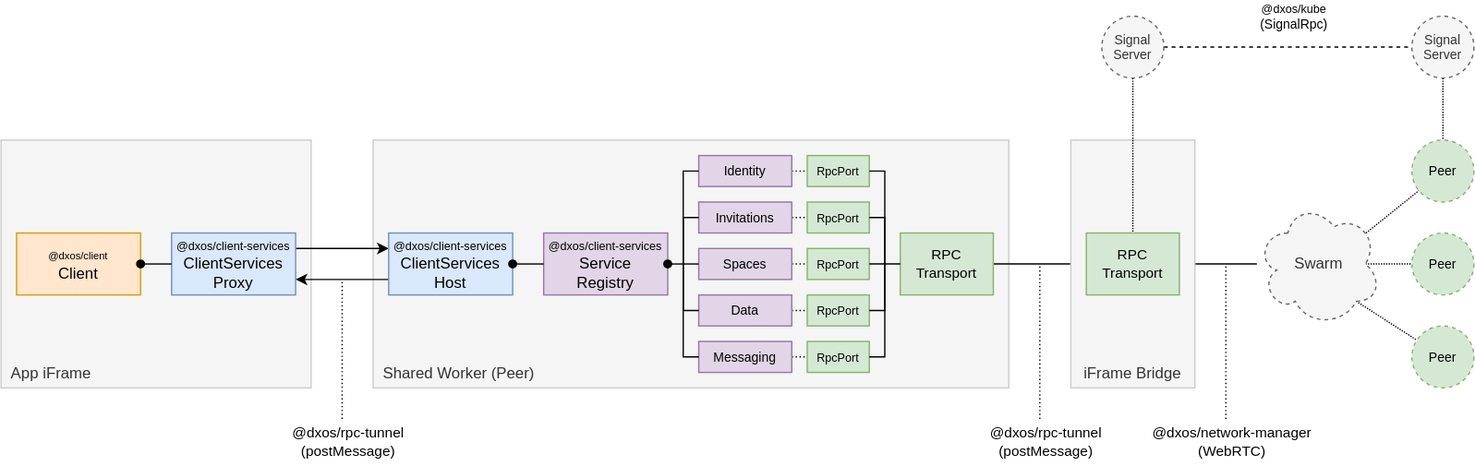
dxos/dxos keeps this draw.io diagram as docs/docs/design/diagrams/client-services.drawio.svg. Above is the earlier version. Source tidied: cells renumbered, new cells last; positions are measured from the earlier drawing's top-left corner, leaving out a move shared by most shapes.
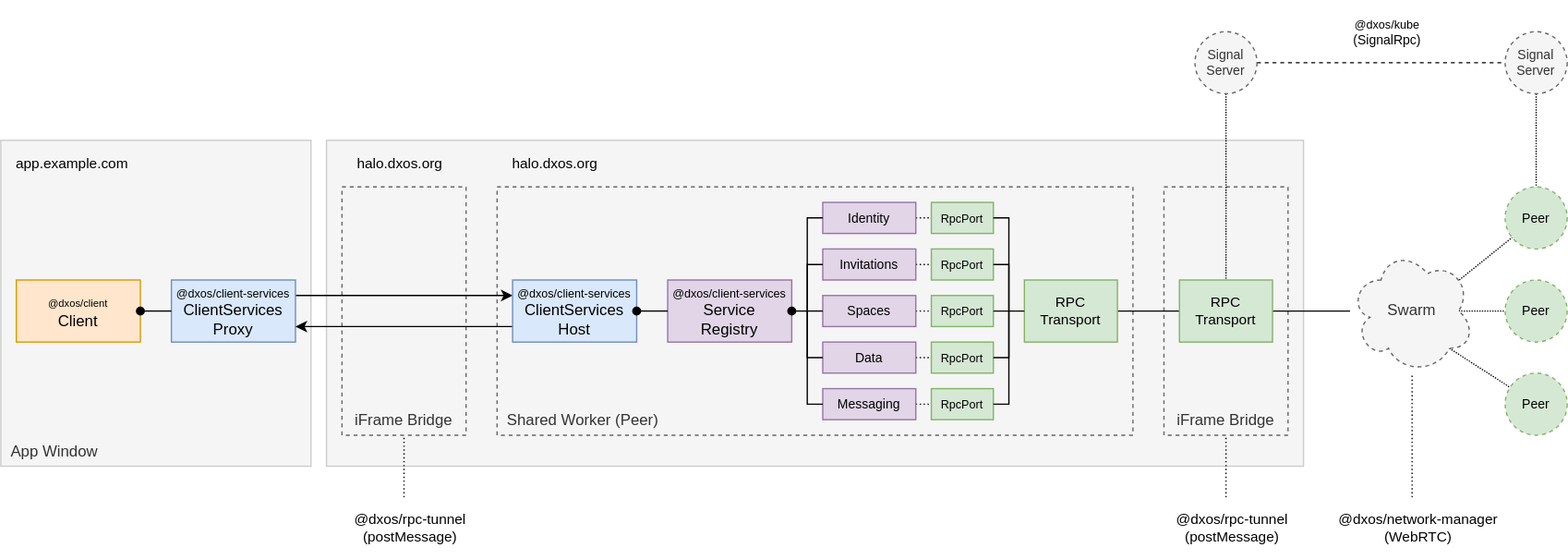
Above is the later version.

Change to the diagram source:
```diff
@@ -2,26 +2,35 @@
   <root>
     <mxCell id="0" />
     <mxCell id="1" parent="0" />
+    <mxCell id="57" style="rounded=0;whiteSpace=wrap;html=1;fillColor=#f5f5f5;fontColor=#333333;strokeColor=#CCCCCC;verticalAlign=bottom;spacingBottom=4;spacingTop=4;align=center;spacing=0;spacingRight=8;spacingLeft=8;" parent="1" vertex="1">
+      <mxGeometry x="156" y="72" width="756" height="252" as="geometry" />
+    </mxCell>
+    <mxCell id="58" value="iFrame Bridge" style="rounded=0;whiteSpace=wrap;html=1;fillColor=#f5f5f5;fontColor=#333333;strokeColor=#666666;verticalAlign=bottom;spacingBottom=4;spacingTop=4;align=center;spacing=0;spacingRight=8;spacingLeft=8;dashed=1;" parent="1" vertex="1">
+      <mxGeometry x="804" y="108" width="96" height="192" as="geometry" />
+    </mxCell>
+    <mxCell id="40" value="iFrame Bridge" style="rounded=0;whiteSpace=wrap;html=1;fillColor=#f5f5f5;fontColor=#333333;strokeColor=#666666;verticalAlign=bottom;spacingBottom=4;spacingTop=4;align=center;spacing=0;spacingRight=8;spacingLeft=8;dashed=1;" parent="1" vertex="1">
+      <mxGeometry x="168" y="108" width="96" height="192" as="geometry" />
+    </mxCell>
     <mxCell id="2" style="edgeStyle=none;html=1;fontSize=10;startArrow=none;startFill=0;endArrow=none;endFill=0;exitX=1;exitY=0.5;exitDx=0;exitDy=0;" parent="1" edge="1" source="44" target="24">
       <mxGeometry relative="1" as="geometry" />
     </mxCell>
-    <mxCell id="3" value="Shared Worker (Peer)" style="rounded=0;whiteSpace=wrap;html=1;fillColor=#f5f5f5;fontColor=#333333;strokeColor=#CCCCCC;verticalAlign=bottom;spacingBottom=4;spacingTop=4;align=left;spacing=0;spacingRight=8;spacingLeft=8;" parent="1" vertex="1">
+    <mxCell id="3" value="Shared Worker (Peer)" style="rounded=0;whiteSpace=wrap;html=1;fillColor=#f5f5f5;fontColor=#333333;strokeColor=#666666;verticalAlign=bottom;spacingBottom=4;spacingTop=4;align=left;spacing=0;spacingRight=8;spacingLeft=8;dashed=1;" parent="1" vertex="1">
       <mxGeometry x="288" y="108" width="492" height="192" as="geometry" />
     </mxCell>
-    <mxCell id="4" value="App iFrame" style="rounded=0;whiteSpace=wrap;html=1;fillColor=#f5f5f5;fontColor=#333333;strokeColor=#CCCCCC;verticalAlign=bottom;spacingBottom=4;spacingTop=4;align=left;spacing=0;spacingRight=8;spacingLeft=8;" parent="1" vertex="1">
-      <mxGeometry y="108" width="240" height="192" as="geometry" />
+    <mxCell id="4" value="App Window" style="rounded=0;whiteSpace=wrap;html=1;fillColor=#f5f5f5;fontColor=#333333;strokeColor=#CCCCCC;verticalAlign=bottom;spacingBottom=4;spacingTop=4;align=left;spacing=0;spacingRight=8;spacingLeft=8;" parent="1" vertex="1">
+      <mxGeometry x="-96" y="72" width="240" height="252" as="geometry" />
     </mxCell>
     <mxCell id="5" value="&lt;font style=&quot;font-size: 11px;&quot;&gt;@dxos/network-manager&lt;/font&gt;&lt;br style=&quot;font-size: 11px;&quot;&gt;(WebRTC)" style="rounded=0;whiteSpace=wrap;html=1;dashed=1;align=center;spacingLeft=10;strokeColor=none;fillColor=none;fontSize=11;" parent="1" vertex="1">
-      <mxGeometry x="876" y="324" width="144" height="36" as="geometry" />
+      <mxGeometry x="924" y="348" width="144" height="48" as="geometry" />
     </mxCell>
     <mxCell id="6" value="&lt;font style=&quot;font-size: 8px&quot;&gt;@dxos/client&lt;br&gt;&lt;/font&gt;Client" style="rounded=0;whiteSpace=wrap;html=1;fillColor=#ffe6cc;strokeColor=#d79b00;" parent="1" vertex="1">
-      <mxGeometry x="12" y="180" width="96" height="48" as="geometry" />
+      <mxGeometry x="-84" y="180" width="96" height="48" as="geometry" />
     </mxCell>
     <mxCell id="7" style="edgeStyle=none;html=1;exitX=1;exitY=0.25;exitDx=0;exitDy=0;entryX=0;entryY=0.25;entryDx=0;entryDy=0;fontSize=8;" parent="1" edge="1" source="8" target="10">
       <mxGeometry relative="1" as="geometry" />
     </mxCell>
     <mxCell id="8" value="&lt;font style=&quot;font-size: 9px&quot;&gt;@dxos/client-services&lt;br&gt;&lt;/font&gt;ClientServices&lt;br&gt;Proxy" style="rounded=0;whiteSpace=wrap;html=1;fillColor=#dae8fc;strokeColor=#6c8ebf;" parent="1" vertex="1">
-      <mxGeometry x="132" y="180" width="96" height="48" as="geometry" />
+      <mxGeometry x="36" y="180" width="96" height="48" as="geometry" />
     </mxCell>
     <mxCell id="9" style="edgeStyle=none;html=1;exitX=0;exitY=0.75;exitDx=0;exitDy=0;entryX=1;entryY=0.75;entryDx=0;entryDy=0;fontSize=8;" parent="1" edge="1" source="10" target="8">
       <mxGeometry relative="1" as="geometry" />
@@ -69,7 +78,7 @@
       <mxGeometry relative="1" as="geometry" />
     </mxCell>
     <mxCell id="24" value="Swarm" style="ellipse;shape=cloud;whiteSpace=wrap;html=1;dashed=1;fillColor=#f5f5f5;fontColor=#333333;strokeColor=#666666;" parent="1" vertex="1">
-      <mxGeometry x="972" y="156" width="96" height="96" as="geometry" />
+      <mxGeometry x="948" y="156" width="96" height="96" as="geometry" />
     </mxCell>
     <mxCell id="25" value="&lt;font style=&quot;font-size: 9px&quot;&gt;RpcPort&lt;/font&gt;" style="rounded=0;whiteSpace=wrap;html=1;fillColor=#d5e8d4;strokeColor=#82b366;" parent="1" vertex="1">
       <mxGeometry x="624" y="156" width="48" height="24" as="geometry" />
@@ -115,7 +124,7 @@
       </mxGeometry>
     </mxCell>
     <mxCell id="36" value="&lt;font style=&quot;font-size: 11px;&quot;&gt;@dxos/rpc-tunnel&lt;br style=&quot;font-size: 11px;&quot;&gt;&lt;/font&gt;(postMessage)" style="rounded=0;whiteSpace=wrap;html=1;dashed=1;align=center;spacingLeft=10;strokeColor=none;fillColor=none;fontSize=11;" parent="1" vertex="1">
-      <mxGeometry x="204" y="324" width="120" height="36" as="geometry" />
+      <mxGeometry x="156" y="348" width="120" height="48" as="geometry" />
     </mxCell>
     <mxCell id="37" style="edgeStyle=none;html=1;exitX=1;exitY=0.5;exitDx=0;exitDy=0;fontSize=10;startArrow=none;startFill=0;endArrow=none;endFill=0;" parent="1" edge="1" source="38" target="44">
       <mxGeometry relative="1" as="geometry" />
@@ -123,14 +132,9 @@
     <mxCell id="38" value="&lt;font style=&quot;font-size: 11px;&quot;&gt;RPC&lt;br style=&quot;font-size: 11px;&quot;&gt;Transport&lt;br style=&quot;font-size: 11px;&quot;&gt;&lt;/font&gt;" style="rounded=0;whiteSpace=wrap;html=1;fillColor=#d5e8d4;strokeColor=#82b366;fontSize=11;" parent="1" vertex="1">
       <mxGeometry x="696" y="180" width="72" height="48" as="geometry" />
     </mxCell>
-    <mxCell id="39" style="edgeStyle=none;html=1;fontSize=8;endArrow=none;endFill=0;dashed=1;dashPattern=1 2;exitX=0.5;exitY=0;exitDx=0;exitDy=0;" parent="1" edge="1" source="36">
-      <mxGeometry relative="1" as="geometry">
-        <mxPoint x="264" y="216" as="targetPoint" />
-      </mxGeometry>
+    <mxCell id="39" style="edgeStyle=none;html=1;fontSize=8;endArrow=none;endFill=0;dashed=1;dashPattern=1 2;exitX=0.5;exitY=0;exitDx=0;exitDy=0;entryX=0.5;entryY=1;entryDx=0;entryDy=0;" parent="1" edge="1" source="36" target="40">
+      <mxGeometry relative="1" as="geometry" />
     </mxCell>
-    <mxCell id="40" value="iFrame Bridge" style="rounded=0;whiteSpace=wrap;html=1;fillColor=#f5f5f5;fontColor=#333333;strokeColor=#CCCCCC;verticalAlign=bottom;spacingBottom=4;spacingTop=4;align=center;spacing=0;spacingRight=8;spacingLeft=8;" parent="1" vertex="1">
-      <mxGeometry x="828" y="108" width="96" height="192" as="geometry" />
-    </mxCell>
     <mxCell id="41" style="edgeStyle=none;html=1;fontSize=9;startArrow=none;startFill=0;endArrow=none;endFill=0;" parent="1" edge="1">
       <mxGeometry relative="1" as="geometry">
         <mxPoint x="696" y="204" as="sourcePoint" />
@@ -158,29 +162,25 @@
       </mxGeometry>
     </mxCell>
     <mxCell id="44" value="&lt;font style=&quot;font-size: 11px;&quot;&gt;RPC&lt;br style=&quot;font-size: 11px;&quot;&gt;Transport&lt;br style=&quot;font-size: 11px;&quot;&gt;&lt;/font&gt;" style="rounded=0;whiteSpace=wrap;html=1;fillColor=#d5e8d4;strokeColor=#82b366;fontSize=11;" parent="1" vertex="1">
-      <mxGeometry x="840" y="180" width="72" height="48" as="geometry" />
+      <mxGeometry x="816" y="180" width="72" height="48" as="geometry" />
     </mxCell>
-    <mxCell id="45" style="edgeStyle=none;html=1;fontSize=8;endArrow=none;endFill=0;dashed=1;dashPattern=1 2;exitX=0.5;exitY=0;exitDx=0;exitDy=0;" parent="1" edge="1" source="5">
-      <mxGeometry relative="1" as="geometry">
-        <mxPoint x="948" y="204" as="targetPoint" />
-      </mxGeometry>
+    <mxCell id="45" style="edgeStyle=none;html=1;fontSize=8;endArrow=none;endFill=0;dashed=1;dashPattern=1 2;exitX=0.5;exitY=0;exitDx=0;exitDy=0;" parent="1" edge="1" source="5" target="24">
+      <mxGeometry relative="1" as="geometry" />
     </mxCell>
     <mxCell id="46" value="&lt;font style=&quot;font-size: 11px;&quot;&gt;@dxos/rpc-tunnel&lt;br style=&quot;font-size: 11px;&quot;&gt;&lt;/font&gt;(postMessage)" style="rounded=0;whiteSpace=wrap;html=1;dashed=1;align=center;spacingLeft=10;strokeColor=none;fillColor=none;fontSize=11;" parent="1" vertex="1">
-      <mxGeometry x="744" y="324" width="120" height="36" as="geometry" />
+      <mxGeometry x="792" y="348" width="120" height="48" as="geometry" />
     </mxCell>
-    <mxCell id="47" style="edgeStyle=none;html=1;fontSize=8;endArrow=none;endFill=0;dashed=1;dashPattern=1 2;" parent="1" edge="1" source="46">
-      <mxGeometry relative="1" as="geometry">
-        <mxPoint x="804" y="204" as="targetPoint" />
-      </mxGeometry>
+    <mxCell id="47" style="edgeStyle=none;html=1;fontSize=8;endArrow=none;endFill=0;dashed=1;dashPattern=1 2;" parent="1" edge="1" source="46" target="58">
+      <mxGeometry relative="1" as="geometry" />
     </mxCell>
     <mxCell id="48" value="Peer" style="ellipse;whiteSpace=wrap;html=1;dashed=1;fontSize=10;fillColor=#d5e8d4;strokeColor=#82b366;" parent="1" vertex="1">
-      <mxGeometry x="1092" y="180" width="48" height="48" as="geometry" />
+      <mxGeometry x="1068" y="180" width="48" height="48" as="geometry" />
     </mxCell>
     <mxCell id="49" value="Peer" style="ellipse;whiteSpace=wrap;html=1;dashed=1;fontSize=10;fillColor=#d5e8d4;strokeColor=#82b366;" parent="1" vertex="1">
-      <mxGeometry x="1092" y="108" width="48" height="48" as="geometry" />
+      <mxGeometry x="1068" y="108" width="48" height="48" as="geometry" />
     </mxCell>
     <mxCell id="50" value="Peer" style="ellipse;whiteSpace=wrap;html=1;dashed=1;fontSize=10;fillColor=#d5e8d4;strokeColor=#82b366;" parent="1" vertex="1">
-      <mxGeometry x="1092" y="252" width="48" height="48" as="geometry" />
+      <mxGeometry x="1068" y="252" width="48" height="48" as="geometry" />
     </mxCell>
     <mxCell id="51" style="edgeStyle=none;html=1;exitX=0.5;exitY=1;exitDx=0;exitDy=0;dashed=1;dashPattern=1 1;fontSize=9;startArrow=none;startFill=0;endArrow=none;endFill=0;" parent="1" edge="1" source="53" target="44">
       <mxGeometry relative="1" as="geometry" />
@@ -189,16 +189,25 @@
       <mxGeometry relative="1" as="geometry" />
     </mxCell>
     <mxCell id="53" value="Signal&lt;br&gt;Server" style="ellipse;whiteSpace=wrap;html=1;dashed=1;fontSize=10;fillColor=#f5f5f5;strokeColor=#666666;fontColor=#333333;" parent="1" vertex="1">
-      <mxGeometry x="852" y="12" width="48" height="48" as="geometry" />
+      <mxGeometry x="828" y="-12" width="48" height="48" as="geometry" />
     </mxCell>
     <mxCell id="54" style="edgeStyle=none;html=1;exitX=0.5;exitY=1;exitDx=0;exitDy=0;dashed=1;dashPattern=1 1;fontSize=9;startArrow=none;startFill=0;endArrow=none;endFill=0;" parent="1" edge="1" source="55" target="49">
       <mxGeometry relative="1" as="geometry" />
     </mxCell>
     <mxCell id="55" value="Signal&lt;br&gt;Server" style="ellipse;whiteSpace=wrap;html=1;dashed=1;fontSize=10;fillColor=#f5f5f5;strokeColor=#666666;fontColor=#333333;" parent="1" vertex="1">
-      <mxGeometry x="1092" y="12" width="48" height="48" as="geometry" />
+      <mxGeometry x="1068" y="-12" width="48" height="48" as="geometry" />
     </mxCell>
     <mxCell id="56" value="&lt;font style=&quot;font-size: 9px&quot;&gt;@dxos/kube&lt;/font&gt;&lt;br&gt;(SignalRpc)" style="rounded=0;whiteSpace=wrap;html=1;dashed=1;align=center;spacingLeft=10;strokeColor=none;fillColor=none;fontSize=10;" parent="1" vertex="1">
-      <mxGeometry x="936" width="120" height="24" as="geometry" />
+      <mxGeometry x="912" y="-36" width="120" height="48" as="geometry" />
     </mxCell>
+    <mxCell id="59" value="app.example.com" style="rounded=0;whiteSpace=wrap;html=1;dashed=1;align=left;spacingLeft=10;strokeColor=none;fillColor=none;fontSize=11;" parent="1" vertex="1">
+      <mxGeometry x="-96" y="72" width="120" height="36" as="geometry" />
+    </mxCell>
+    <mxCell id="60" value="halo.dxos.org" style="rounded=0;whiteSpace=wrap;html=1;dashed=1;align=left;spacingLeft=10;strokeColor=none;fillColor=none;fontSize=11;" parent="1" vertex="1">
+      <mxGeometry x="288" y="72" width="120" height="36" as="geometry" />
+    </mxCell>
+    <mxCell id="61" value="halo.dxos.org" style="rounded=0;whiteSpace=wrap;html=1;dashed=1;align=left;spacingLeft=10;strokeColor=none;fillColor=none;fontSize=11;" parent="1" vertex="1">
+      <mxGeometry x="168" y="72" width="120" height="36" as="geometry" />
+    </mxCell>
   </root>
 </mxGraphModel>
```
